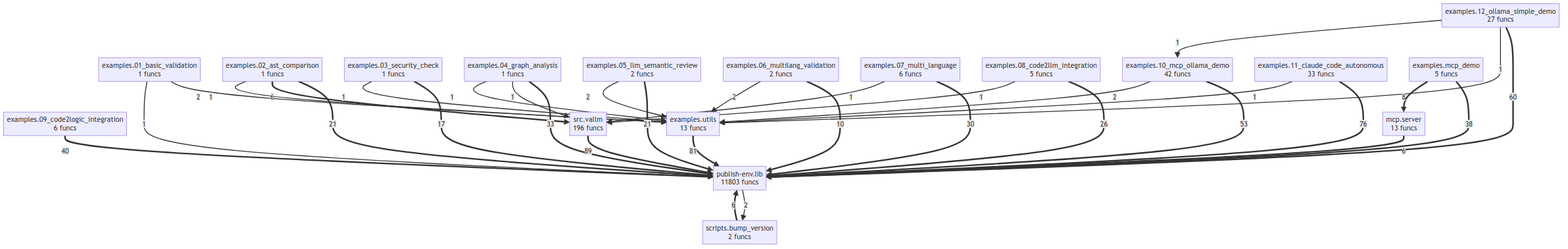
semcod/vallm keeps this Mermaid diagram as project/compact_flow.png. Above is the earlier version. Its source is kept beside it as project/compact_flow.mmd.
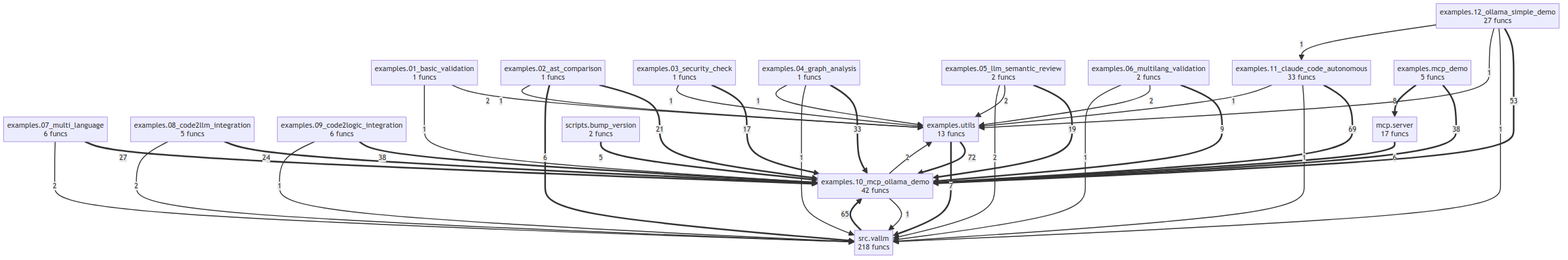
Later version of the same file.

What changed in the source:
```diff
@@ -13,40 +13,44 @@
     examples__12_ollama_simple_demo["examples.12_ollama_simple_demo<br/>27 funcs"]
     examples__mcp_demo["examples.mcp_demo<br/>5 funcs"]
     examples__utils["examples.utils<br/>13 funcs"]
-    mcp__server["mcp.server<br/>13 funcs"]
-    publish_env__lib["publish-env.lib<br/>11803 funcs"]
+    mcp__server["mcp.server<br/>17 funcs"]
     scripts__bump_version["scripts.bump_version<br/>2 funcs"]
-    src__vallm["src.vallm<br/>196 funcs"]
-    src__vallm ==>|89| publish_env__lib
-    examples__utils ==>|81| publish_env__lib
-    examples__11_claude_code_autonomous ==>|76| publish_env__lib
-    examples__12_ollama_simple_demo ==>|60| publish_env__lib
-    examples__10_mcp_ollama_demo ==>|53| publish_env__lib
-    examples__09_code2logic_integration ==>|40| publish_env__lib
-    examples__mcp_demo ==>|38| publish_env__lib
-    examples__04_graph_analysis ==>|33| publish_env__lib
-    examples__07_multi_language ==>|30| publish_env__lib
-    examples__08_code2llm_integration ==>|26| publish_env__lib
-    examples__05_llm_semantic_review ==>|21| publish_env__lib
-    examples__02_ast_comparison ==>|21| publish_env__lib
-    examples__03_security_check ==>|17| publish_env__lib
-    examples__06_multilang_validation ==>|10| publish_env__lib
+    src__vallm["src.vallm<br/>218 funcs"]
+    examples__utils ==>|72| examples__10_mcp_ollama_demo
+    examples__11_claude_code_autonomous ==>|69| examples__10_mcp_ollama_demo
+    src__vallm ==>|65| examples__10_mcp_ollama_demo
+    examples__12_ollama_simple_demo ==>|53| examples__10_mcp_ollama_demo
+    examples__09_code2logic_integration ==>|38| examples__10_mcp_ollama_demo
+    examples__mcp_demo ==>|38| examples__10_mcp_ollama_demo
+    examples__04_graph_analysis ==>|33| examples__10_mcp_ollama_demo
+    examples__07_multi_language ==>|27| examples__10_mcp_ollama_demo
+    examples__08_code2llm_integration ==>|24| examples__10_mcp_ollama_demo
+    examples__02_ast_comparison ==>|21| examples__10_mcp_ollama_demo
+    examples__05_llm_semantic_review ==>|19| examples__10_mcp_ollama_demo
+    examples__03_security_check ==>|17| examples__10_mcp_ollama_demo
+    examples__06_multilang_validation ==>|9| examples__10_mcp_ollama_demo
     examples__mcp_demo ==>|8| mcp__server
-    scripts__bump_version ==>|6| publish_env__lib
-    mcp__server ==>|6| publish_env__lib
+    examples__utils ==>|7| src__vallm
     examples__02_ast_comparison ==>|6| src__vallm
-    publish_env__lib -->|2| scripts__bump_version
+    mcp__server ==>|6| examples__10_mcp_ollama_demo
+    scripts__bump_version ==>|5| examples__10_mcp_ollama_demo
     examples__05_llm_semantic_review -->|2| examples__utils
+    examples__05_llm_semantic_review -->|2| src__vallm
     examples__01_basic_validation -->|2| examples__utils
     examples__06_multilang_validation -->|2| examples__utils
+    examples__07_multi_language -->|2| src__vallm
     examples__10_mcp_ollama_demo -->|2| examples__utils
-    examples__11_claude_code_autonomous -->|1| examples__utils
+    examples__08_code2llm_integration -->|2| src__vallm
+    examples__09_code2logic_integration -->|1| src__vallm
     examples__04_graph_analysis -->|1| src__vallm
     examples__04_graph_analysis -->|1| examples__utils
+    examples__11_claude_code_autonomous -->|1| src__vallm
+    examples__11_claude_code_autonomous -->|1| examples__utils
+    examples__12_ollama_simple_demo -->|1| src__vallm
     examples__12_ollama_simple_demo -->|1| examples__utils
-    examples__01_basic_validation -->|1| publish_env__lib
+    examples__12_ollama_simple_demo -->|1| examples__11_claude_code_autonomous
+    examples__01_basic_validation -->|1| examples__10_mcp_ollama_demo
+    examples__03_security_check -->|1| examples__utils
     examples__02_ast_comparison -->|1| examples__utils
-    examples__03_security_check -->|1| examples__utils
-    examples__07_multi_language -->|1| src__vallm
-    examples__08_code2llm_integration -->|1| src__vallm
-    examples__12_ollama_simple_demo -->|1| examples__10_mcp_ollama_demo
+    examples__06_multilang_validation -->|1| src__vallm
+    examples__10_mcp_ollama_demo -->|1| src__vallm
```
